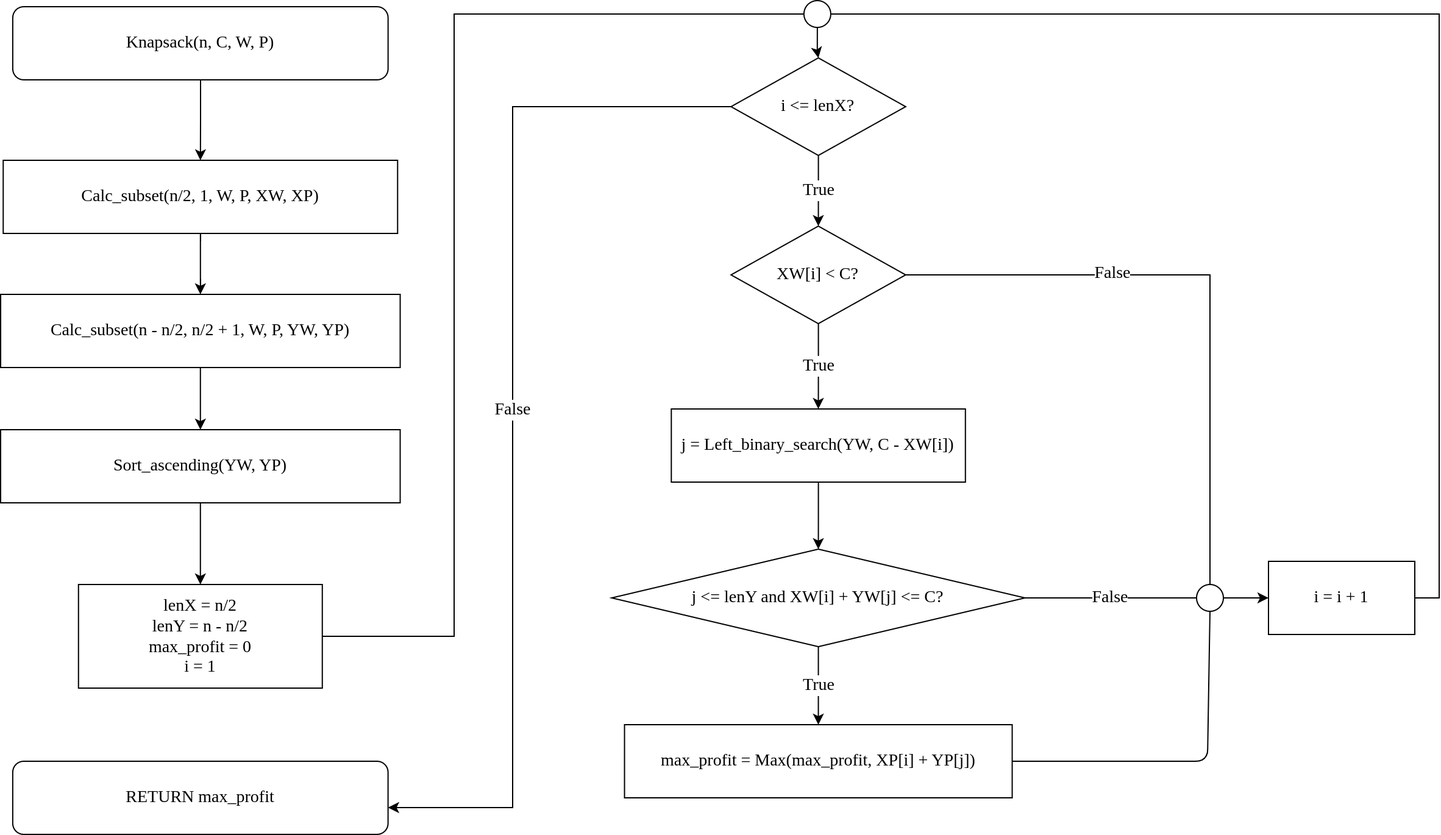
The draw.io diagram Nghiatnh-BruteForce-MITM/Flowcharts/meet-in-the-middle.png in HT0710/CSD301_Group-1_Knapsack-problem, before a commit. Source tidied: cells renumbered, new cells last; positions are measured from the earlier drawing's top-left corner, leaving out a move shared by most shapes. The source it was exported from:
```xml
<mxGraphModel>
  <root>
    <mxCell id="0" />
    <mxCell id="1" parent="0" />
    <mxCell id="2" style="edgeStyle=orthogonalEdgeStyle;rounded=0;jettySize=auto;html=1;fontSize=14;fontFamily=Times New Roman;" parent="1" edge="1" source="3" target="7">
      <mxGeometry relative="1" as="geometry" />
    </mxCell>
    <mxCell id="3" value="Calc_subset(n/2, 1, W, P, XW, XP)" style="rounded=0;whiteSpace=wrap;html=1;fontSize=14;fontFamily=Times New Roman;" parent="1" vertex="1">
      <mxGeometry x="2.1" y="131" width="323.5" height="60" as="geometry" />
    </mxCell>
    <mxCell id="4" style="edgeStyle=orthogonalEdgeStyle;rounded=0;jettySize=auto;html=1;entryX=0;entryY=0.5;entryDx=0;entryDy=0;fontSize=14;fontFamily=Times New Roman;endArrow=none;endFill=0;" parent="1" edge="1" source="5" target="30">
      <mxGeometry relative="1" as="geometry">
        <Array as="points">
          <mxPoint x="372" y="522" />
          <mxPoint x="372" y="11" />
        </Array>
      </mxGeometry>
    </mxCell>
    <mxCell id="5" value="lenX = n/2&lt;br&gt;lenY = n - n/2&lt;br&gt;max_profit = 0&lt;br&gt;i = 1" style="rounded=0;whiteSpace=wrap;html=1;fontSize=14;fontFamily=Times New Roman;" parent="1" vertex="1">
      <mxGeometry x="63.9" y="479" width="200" height="85" as="geometry" />
    </mxCell>
    <mxCell id="6" style="edgeStyle=orthogonalEdgeStyle;rounded=0;jettySize=auto;html=1;fontFamily=Times New Roman;fontSize=14;fontColor=default;endArrow=classic;endFill=1;" parent="1" edge="1" source="7" target="32">
      <mxGeometry relative="1" as="geometry" />
    </mxCell>
    <mxCell id="7" value="&lt;span style=&quot;font-size: 14px; font-style: normal; font-variant-ligatures: normal; font-variant-caps: normal; font-weight: 400; letter-spacing: normal; orphans: 2; text-align: center; text-indent: 0px; text-transform: none; widows: 2; word-spacing: 0px; -webkit-text-stroke-width: 0px; text-decoration-thickness: initial; text-decoration-style: initial; text-decoration-color: initial; float: none; display: inline !important;&quot;&gt;Calc_subset(n - n/2, n/2 + 1, W, P, YW, YP)&lt;/span&gt;" style="rounded=0;whiteSpace=wrap;html=1;fillColor=default;fontColor=default;labelBackgroundColor=none;fontSize=14;fontFamily=Times New Roman;" parent="1" vertex="1">
      <mxGeometry y="241" width="327.8" height="60" as="geometry" />
    </mxCell>
    <mxCell id="8" style="edgeStyle=orthogonalEdgeStyle;rounded=0;jettySize=auto;html=1;fontSize=14;fontColor=default;fontFamily=Times New Roman;" parent="1" edge="1" source="9" target="3">
      <mxGeometry relative="1" as="geometry" />
    </mxCell>
    <mxCell id="9" value="Knapsack(n, C, W, P)" style="rounded=1;whiteSpace=wrap;html=1;fontSize=14;fontFamily=Times New Roman;" parent="1" vertex="1">
      <mxGeometry x="10" y="5" width="307.9" height="60" as="geometry" />
    </mxCell>
    <mxCell id="10" value="True" style="edgeStyle=orthogonalEdgeStyle;rounded=0;jettySize=auto;html=1;entryX=0.5;entryY=0;entryDx=0;entryDy=0;fontSize=14;fontColor=default;fontFamily=Times New Roman;" parent="1" edge="1" source="12" target="16">
      <mxGeometry relative="1" as="geometry" />
    </mxCell>
    <mxCell id="11" value="False" style="edgeStyle=orthogonalEdgeStyle;rounded=0;jettySize=auto;html=1;fontFamily=Times New Roman;fontSize=14;fontColor=default;endArrow=classic;endFill=1;" parent="1" edge="1" source="12" target="24">
      <mxGeometry relative="1" as="geometry">
        <Array as="points">
          <mxPoint x="420" y="87" />
          <mxPoint x="420" y="662" />
          <mxPoint x="164" y="662" />
        </Array>
      </mxGeometry>
    </mxCell>
    <mxCell id="12" value="i &amp;lt;= lenX?" style="rhombus;whiteSpace=wrap;html=1;labelBackgroundColor=none;fontSize=14;fontColor=default;fillColor=default;fontFamily=Times New Roman;" parent="1" vertex="1">
      <mxGeometry x="599.1" y="47" width="143.2" height="80" as="geometry" />
    </mxCell>
    <mxCell id="13" value="True" style="edgeStyle=orthogonalEdgeStyle;rounded=0;jettySize=auto;html=1;entryX=0.5;entryY=0;entryDx=0;entryDy=0;fontSize=14;fontColor=default;fontFamily=Times New Roman;" parent="1" edge="1" source="16" target="18">
      <mxGeometry relative="1" as="geometry" />
    </mxCell>
    <mxCell id="14" style="edgeStyle=orthogonalEdgeStyle;rounded=0;jettySize=auto;html=1;fontSize=14;fontColor=default;fontFamily=Times New Roman;endArrow=none;endFill=0;" parent="1" edge="1" source="16" target="28">
      <mxGeometry relative="1" as="geometry" />
    </mxCell>
    <mxCell id="15" value="False" style="edgeLabel;html=1;align=center;verticalAlign=middle;fontSize=14;fontColor=default;fontFamily=Times New Roman;" parent="14" vertex="1">
      <mxGeometry x="-0.33" y="2" relative="1" as="geometry" />
    </mxCell>
    <mxCell id="16" value="XW[i] &amp;lt; C?" style="rhombus;whiteSpace=wrap;html=1;labelBackgroundColor=none;fontSize=14;fontColor=default;fillColor=default;fontFamily=Times New Roman;" parent="1" vertex="1">
      <mxGeometry x="599.1" y="185" width="143.2" height="80" as="geometry" />
    </mxCell>
    <mxCell id="17" style="edgeStyle=orthogonalEdgeStyle;rounded=0;jettySize=auto;html=1;entryX=0.5;entryY=0;entryDx=0;entryDy=0;fontSize=14;fontColor=default;fontFamily=Times New Roman;" parent="1" edge="1" source="18" target="21">
      <mxGeometry relative="1" as="geometry" />
    </mxCell>
    <mxCell id="18" value="j = Left_binary_search(YW, C - XW[i])" style="rounded=0;whiteSpace=wrap;html=1;labelBackgroundColor=none;fontSize=14;fontColor=default;fillColor=default;fontFamily=Times New Roman;" parent="1" vertex="1">
      <mxGeometry x="550.2" y="335" width="241.2" height="60" as="geometry" />
    </mxCell>
    <mxCell id="19" value="True" style="edgeStyle=orthogonalEdgeStyle;rounded=0;jettySize=auto;html=1;fontSize=14;fontColor=default;fontFamily=Times New Roman;" parent="1" edge="1" source="21" target="23">
      <mxGeometry relative="1" as="geometry" />
    </mxCell>
    <mxCell id="20" value="False" style="edgeStyle=orthogonalEdgeStyle;rounded=0;jettySize=auto;html=1;fontSize=14;fontColor=default;fontFamily=Times New Roman;endArrow=none;endFill=0;" parent="1" edge="1" source="21" target="28">
      <mxGeometry relative="1" as="geometry" />
    </mxCell>
    <mxCell id="21" value="j &amp;lt;= lenY and XW[i] + YW[j] &amp;lt;= C?" style="rhombus;whiteSpace=wrap;html=1;labelBackgroundColor=none;fontSize=14;fontColor=default;fillColor=default;fontFamily=Times New Roman;" parent="1" vertex="1">
      <mxGeometry x="501.3" y="450" width="339" height="80" as="geometry" />
    </mxCell>
    <mxCell id="22" style="edgeStyle=none;html=1;entryX=0.5;entryY=1;entryDx=0;entryDy=0;exitX=1;exitY=0.5;exitDx=0;exitDy=0;endArrow=none;endFill=0;" parent="1" edge="1" source="23" target="28">
      <mxGeometry relative="1" as="geometry">
        <Array as="points">
          <mxPoint x="990" y="624" />
        </Array>
      </mxGeometry>
    </mxCell>
    <mxCell id="23" value="max_profit = Max(max_profit, XP[i] + YP[j])" style="rounded=0;whiteSpace=wrap;html=1;labelBackgroundColor=none;fontSize=14;fontColor=default;fillColor=default;fontFamily=Times New Roman;" parent="1" vertex="1">
      <mxGeometry x="511.8" y="594" width="318" height="60" as="geometry" />
    </mxCell>
    <mxCell id="24" value="RETURN max_profit" style="rounded=1;whiteSpace=wrap;html=1;fontSize=14;fontFamily=Times New Roman;" parent="1" vertex="1">
      <mxGeometry x="9.9" y="624" width="307.9" height="60" as="geometry" />
    </mxCell>
    <mxCell id="25" style="edgeStyle=orthogonalEdgeStyle;rounded=0;jettySize=auto;html=1;entryX=1;entryY=0.5;entryDx=0;entryDy=0;fontSize=14;fontColor=default;exitX=1;exitY=0.5;exitDx=0;exitDy=0;fontFamily=Times New Roman;endArrow=none;endFill=0;" parent="1" edge="1" source="26" target="30">
      <mxGeometry relative="1" as="geometry" />
    </mxCell>
    <mxCell id="26" value="i = i + 1" style="whiteSpace=wrap;html=1;fontSize=14;labelBackgroundColor=none;fontFamily=Times New Roman;" parent="1" vertex="1">
      <mxGeometry x="1040" y="460" width="120" height="60" as="geometry" />
    </mxCell>
    <mxCell id="27" style="edgeStyle=orthogonalEdgeStyle;rounded=0;jettySize=auto;html=1;entryX=0;entryY=0.5;entryDx=0;entryDy=0;fontSize=14;fontColor=default;fontFamily=Times New Roman;" parent="1" edge="1" source="28" target="26">
      <mxGeometry relative="1" as="geometry" />
    </mxCell>
    <mxCell id="28" style="ellipse;whiteSpace=wrap;html=1;labelBackgroundColor=none;fontSize=14;fontColor=default;fillColor=default;fontFamily=Times New Roman;" parent="1" vertex="1">
      <mxGeometry x="981" y="479" width="22" height="22" as="geometry" />
    </mxCell>
    <mxCell id="29" style="edgeStyle=orthogonalEdgeStyle;rounded=0;jettySize=auto;html=1;fontSize=14;fontColor=default;fontFamily=Times New Roman;" parent="1" edge="1" source="30" target="12">
      <mxGeometry relative="1" as="geometry" />
    </mxCell>
    <mxCell id="30" style="ellipse;whiteSpace=wrap;html=1;labelBackgroundColor=none;fontSize=14;fontColor=default;fillColor=default;fontFamily=Times New Roman;" parent="1" vertex="1">
      <mxGeometry x="658.9" width="22" height="22" as="geometry" />
    </mxCell>
    <mxCell id="31" style="edgeStyle=orthogonalEdgeStyle;rounded=0;jettySize=auto;html=1;fontFamily=Times New Roman;fontSize=14;fontColor=default;endArrow=classic;endFill=1;" parent="1" edge="1" source="32" target="5">
      <mxGeometry relative="1" as="geometry" />
    </mxCell>
    <mxCell id="32" value="Sort_ascending(YW, YP)" style="rounded=0;whiteSpace=wrap;html=1;fillColor=default;fontColor=default;labelBackgroundColor=none;fontSize=14;fontFamily=Times New Roman;" parent="1" vertex="1">
      <mxGeometry y="352" width="327.8" height="60" as="geometry" />
    </mxCell>
  </root>
</mxGraphModel>
```
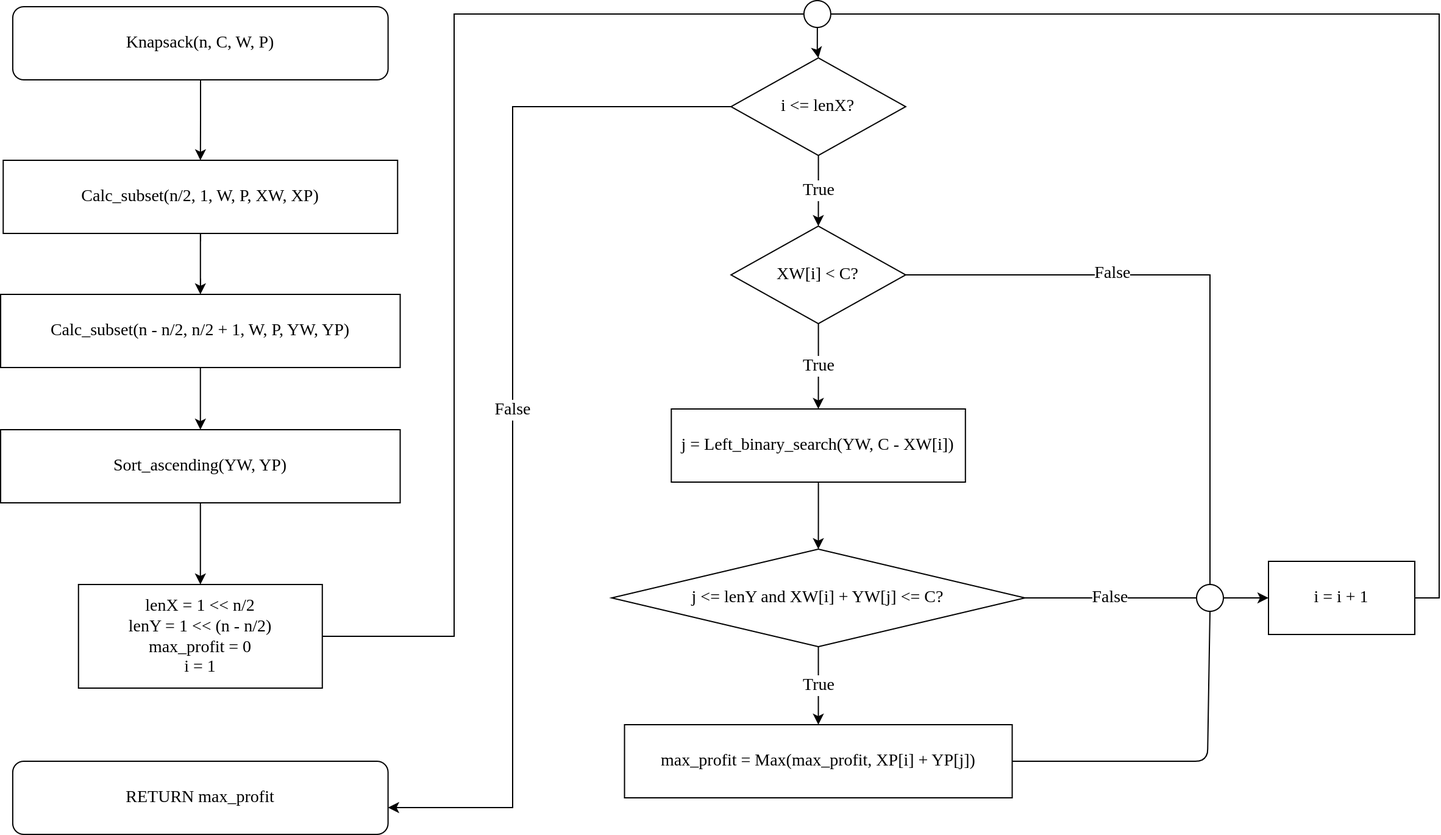
Later version of the same file.

Commit message:
update mitm flowchart

What changed in the source:
```diff
@@ -16,7 +16,7 @@
         </Array>
       </mxGeometry>
     </mxCell>
-    <mxCell id="5" value="lenX = n/2&lt;br&gt;lenY = n - n/2&lt;br&gt;max_profit = 0&lt;br&gt;i = 1" style="rounded=0;whiteSpace=wrap;html=1;fontSize=14;fontFamily=Times New Roman;" parent="1" vertex="1">
+    <mxCell id="5" value="lenX = 1 &amp;lt;&amp;lt; n/2&lt;br&gt;lenY = 1 &amp;lt;&amp;lt; (n - n/2)&lt;br&gt;max_profit = 0&lt;br&gt;i = 1" style="rounded=0;whiteSpace=wrap;html=1;fontSize=14;fontFamily=Times New Roman;" parent="1" vertex="1">
       <mxGeometry x="63.9" y="479" width="200" height="85" as="geometry" />
     </mxCell>
     <mxCell id="6" style="edgeStyle=orthogonalEdgeStyle;rounded=0;jettySize=auto;html=1;fontFamily=Times New Roman;fontSize=14;fontColor=default;endArrow=classic;endFill=1;" parent="1" edge="1" source="7" target="32">
```
